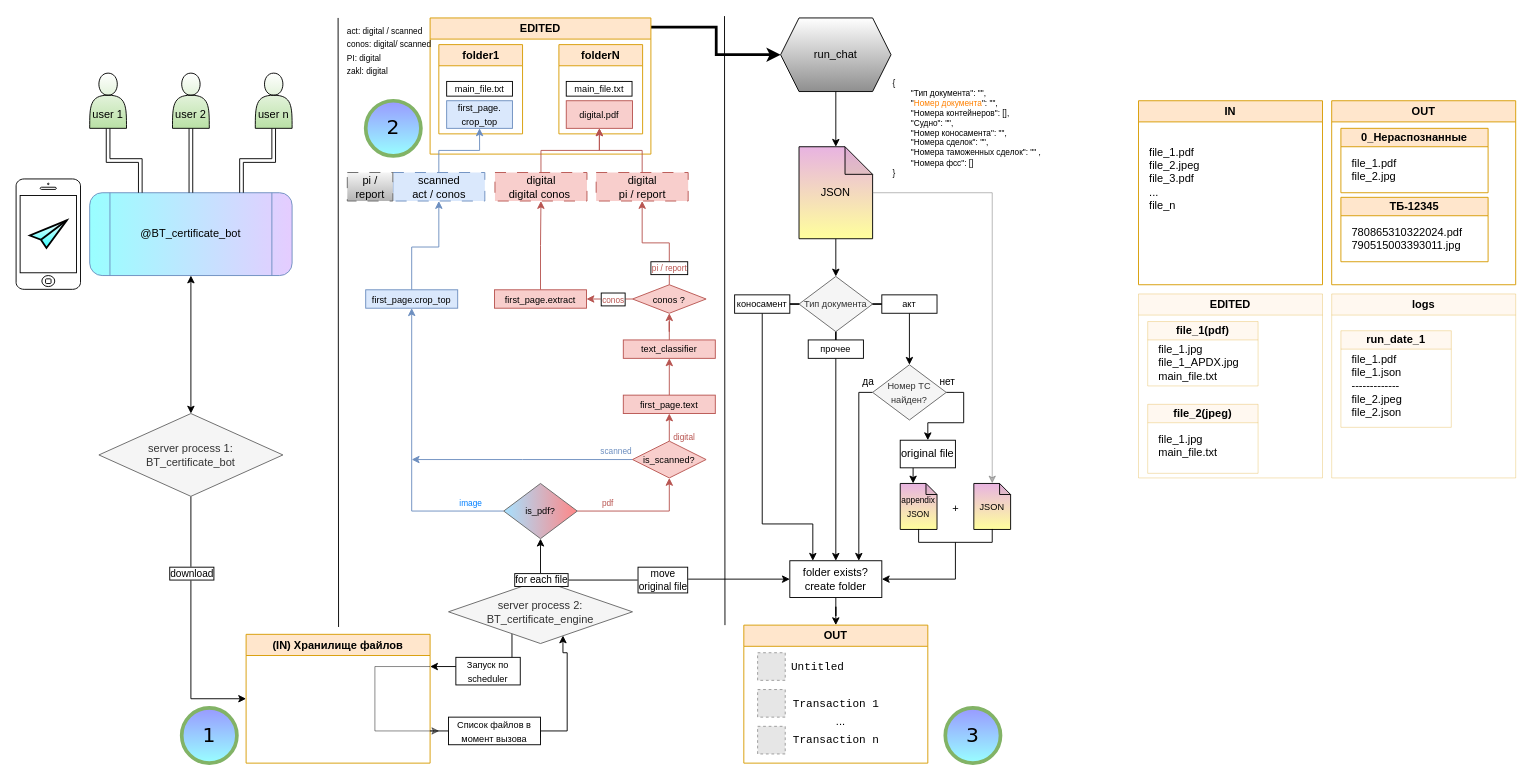
This is SCHEMAS/certificate_bot.drawio from maxfil333/shared, a draw.io file, before an edit. Source tidied: cells renumbered, new cells numbered last; positions are measured from the earlier drawing's top-left corner, leaving out a move shared by most shapes. Both pictures are drawn from the tidied source at 92%, with x=0, y=0 at pixel (16, 16). Pictures stored in the file or linked from it are replaced by grey dashed boxes.
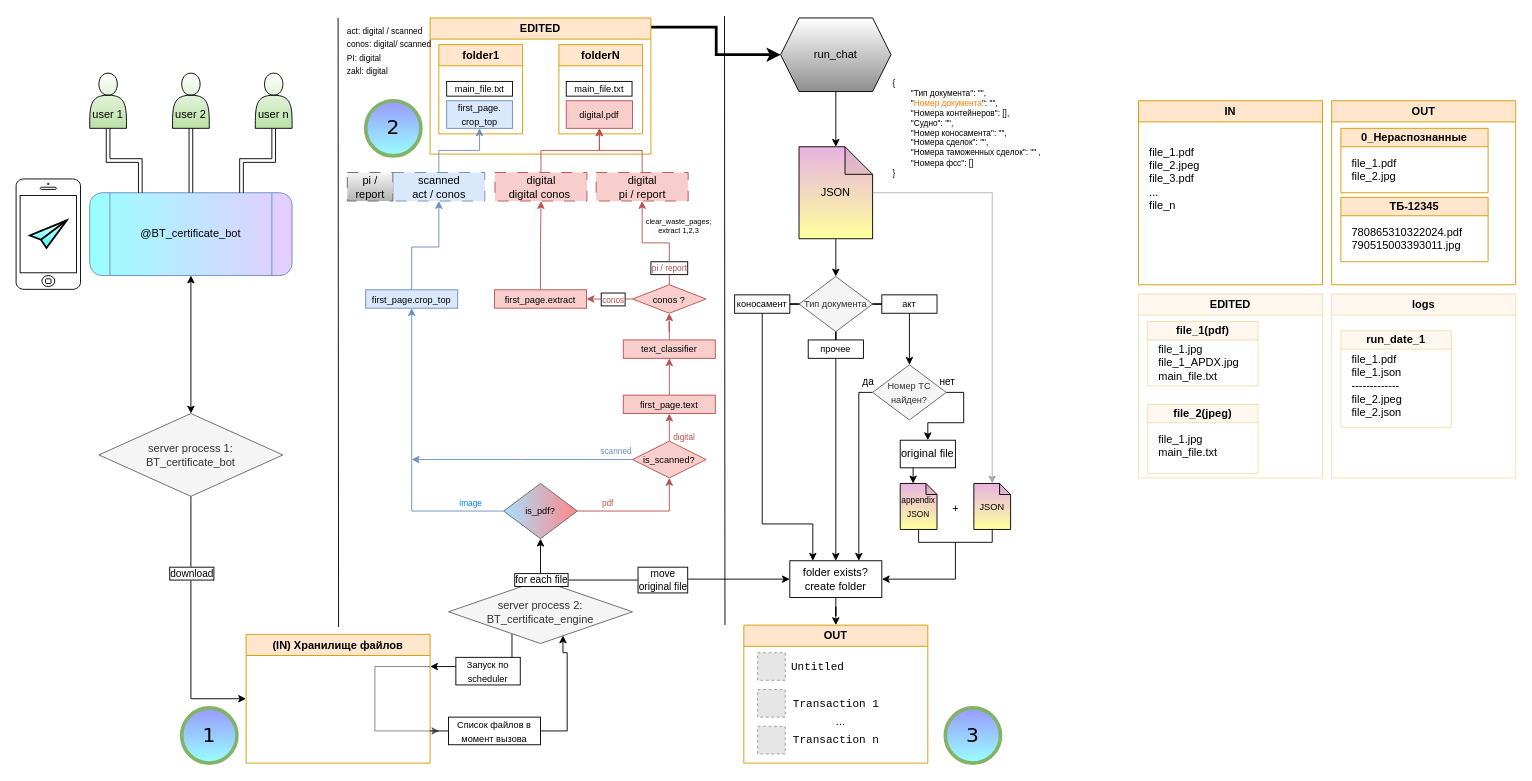
The same diagram, later.

Unchanged cells that the change refers to:
```xml
<mxCell id="112" style="edgeStyle=orthogonalEdgeStyle;rounded=0;jettySize=auto;html=1;entryX=0.5;entryY=1;entryDx=0;entryDy=0;fillColor=#f8cecc;strokeColor=#b85450;flowAnimation=1;" parent="1" edge="1" source="113" target="118">
  <mxGeometry relative="1" as="geometry" />
</mxCell>
```

Change to the diagram source:
```diff
@@
+    <mxCell id="124" value="&lt;div style=&quot;font-size: 8px;&quot;&gt;&lt;font style=&quot;font-size: 8px;&quot;&gt;&lt;br&gt;&lt;/font&gt;&lt;/div&gt;&lt;font style=&quot;font-size: 8px;&quot;&gt;clear_waste_pages;&lt;/font&gt;&lt;div style=&quot;font-size: 8px;&quot;&gt;&lt;font style=&quot;font-size: 8px;&quot;&gt;extract 1,2,3&lt;/font&gt;&lt;/div&gt;" style="edgeLabel;html=1;align=center;verticalAlign=middle;labelBackgroundColor=none;" parent="112" vertex="1">
+      <mxGeometry x="0.48" y="2" relative="1" as="geometry">
+        <mxPoint x="41" y="-11" as="offset" />
+      </mxGeometry>
+    </mxCell>
```
